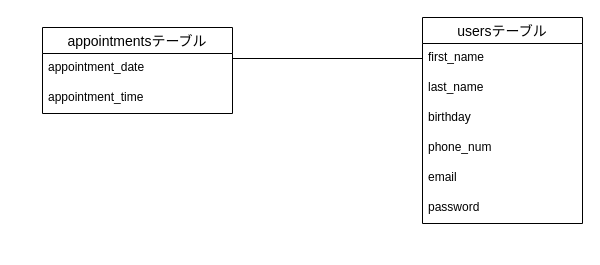
55tommy/appointment_app keeps this draw.io diagram as appointment_app.dio. Above is the earlier version. Source tidied: cells renumbered, new cells numbered last; positions are measured from the earlier drawing's top-left corner, leaving out a move shared by most shapes. Both pictures are drawn from the tidied source at 100%, with x=0, y=0 at pixel (42, 17).
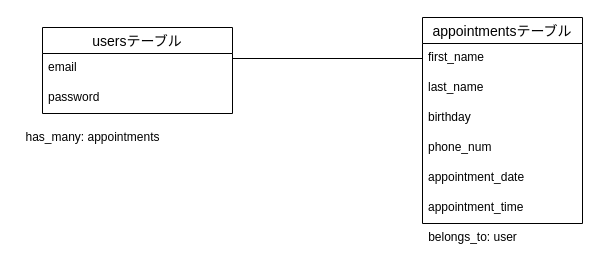
The same diagram, later.

Commit message (it also covers changes not shown here):
DB設計　一部変更

The edit, as a diff of the source:
```diff
@@
 <mxGraphModel>
   <root>
     <mxCell id="0" />
     <mxCell id="1" parent="0" />
-    <mxCell id="2" value="appointmentsテーブル" style="swimlane;fontStyle=0;horizontal=1;startSize=26;align=center;fontSize=14;" parent="1" vertex="1">
+    <mxCell id="2" value="usersテーブル" style="swimlane;fontStyle=0;horizontal=1;startSize=26;align=center;fontSize=14;" parent="1" vertex="1">
       <mxGeometry y="10" width="190" height="86" as="geometry" />
     </mxCell>
-    <mxCell id="3" value="appointment_date" style="text;strokeColor=none;fillColor=none;spacingLeft=4;spacingRight=4;overflow=hidden;fontSize=12;" parent="2" vertex="1">
+    <mxCell id="3" value="email" style="text;strokeColor=none;fillColor=none;spacingLeft=4;spacingRight=4;overflow=hidden;fontSize=12;" parent="2" vertex="1">
       <mxGeometry y="26" width="190" height="30" as="geometry" />
     </mxCell>
-    <mxCell id="4" value="appointment_time" style="text;strokeColor=none;fillColor=none;spacingLeft=4;spacingRight=4;overflow=hidden;fontSize=12;" parent="2" vertex="1">
+    <mxCell id="4" value="password" style="text;strokeColor=none;fillColor=none;spacingLeft=4;spacingRight=4;overflow=hidden;fontSize=12;" parent="2" vertex="1">
       <mxGeometry y="56" width="190" height="30" as="geometry" />
     </mxCell>
-    <mxCell id="5" value="usersテーブル" style="swimlane;fontStyle=0;horizontal=1;startSize=26;align=center;fontSize=14;" parent="1" vertex="1">
+    <mxCell id="5" value="appointmentsテーブル" style="swimlane;fontStyle=0;horizontal=1;startSize=26;align=center;fontSize=14;" parent="1" vertex="1">
       <mxGeometry x="380" width="160" height="206" as="geometry" />
     </mxCell>
     <mxCell id="6" value="first_name" style="text;strokeColor=none;fillColor=none;spacingLeft=4;spacingRight=4;overflow=hidden;points=[[0,0.5],[1,0.5]];portConstraint=eastwest;fontSize=12;" parent="5" vertex="1">
       <mxGeometry y="26" width="160" height="30" as="geometry" />
     </mxCell>
     <mxCell id="7" value="last_name" style="text;strokeColor=none;fillColor=none;spacingLeft=4;spacingRight=4;overflow=hidden;fontSize=12;" parent="5" vertex="1">
       <mxGeometry y="56" width="160" height="30" as="geometry" />
     </mxCell>
     <mxCell id="8" value="birthday" style="text;strokeColor=none;fillColor=none;spacingLeft=4;spacingRight=4;overflow=hidden;fontSize=12;" parent="5" vertex="1">
       <mxGeometry y="86" width="160" height="30" as="geometry" />
     </mxCell>
     <mxCell id="9" value="phone_num" style="text;strokeColor=none;fillColor=none;spacingLeft=4;spacingRight=4;overflow=hidden;fontSize=12;" parent="5" vertex="1">
       <mxGeometry y="116" width="160" height="30" as="geometry" />
     </mxCell>
-    <mxCell id="10" value="email" style="text;strokeColor=none;fillColor=none;spacingLeft=4;spacingRight=4;overflow=hidden;fontSize=12;" parent="5" vertex="1">
+    <mxCell id="10" value="appointment_date" style="text;strokeColor=none;fillColor=none;spacingLeft=4;spacingRight=4;overflow=hidden;fontSize=12;" parent="5" vertex="1">
       <mxGeometry y="146" width="160" height="30" as="geometry" />
     </mxCell>
-    <mxCell id="11" value="password" style="text;strokeColor=none;fillColor=none;spacingLeft=4;spacingRight=4;overflow=hidden;fontSize=12;" parent="5" vertex="1">
+    <mxCell id="11" value="appointment_time" style="text;strokeColor=none;fillColor=none;spacingLeft=4;spacingRight=4;overflow=hidden;fontSize=12;" parent="5" vertex="1">
       <mxGeometry y="176" width="160" height="30" as="geometry" />
     </mxCell>
     <mxCell id="12" style="edgeStyle=none;html=1;exitX=1;exitY=0.5;exitDx=0;exitDy=0;entryX=0;entryY=0.5;entryDx=0;entryDy=0;endArrow=none;endFill=0;" parent="1" edge="1" target="6">
       <mxGeometry relative="1" as="geometry">
         <mxPoint x="190" y="41" as="sourcePoint" />
       </mxGeometry>
     </mxCell>
+    <mxCell id="13" value="belongs_to: user" style="text;html=1;align=center;verticalAlign=middle;strokeColor=none;fillColor=none;" parent="1" vertex="1">
+      <mxGeometry x="380" y="210" width="100" height="20" as="geometry" />
+    </mxCell>
+    <mxCell id="14" value="has_many: appointments" style="text;html=1;align=center;verticalAlign=middle;strokeColor=none;fillColor=none;" parent="1" vertex="1">
+      <mxGeometry x="-25" y="110" width="150" height="20" as="geometry" />
+    </mxCell>
   </root>
 </mxGraphModel>
```
